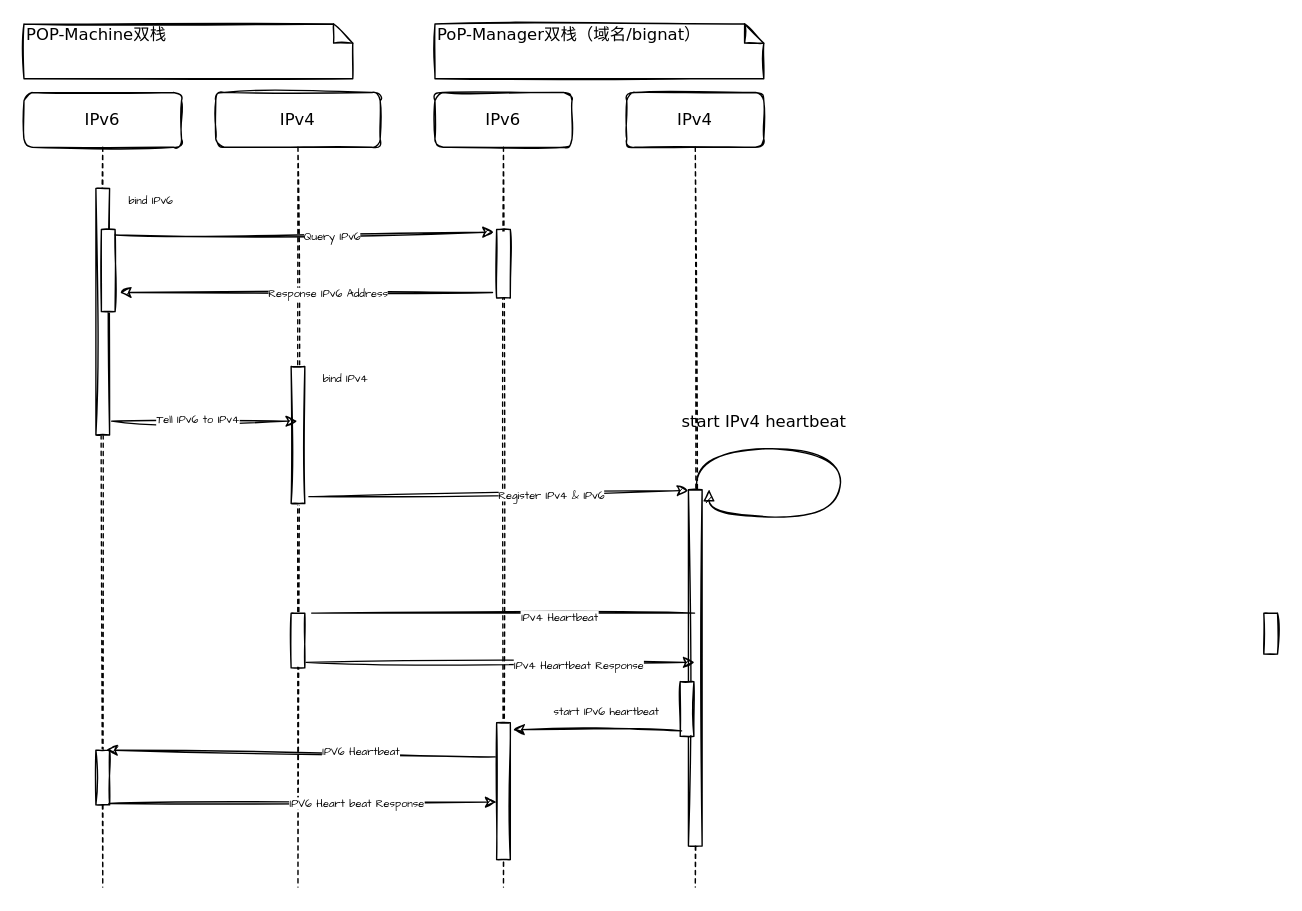
Before: 未命名绘图.drawio in comtjz/CodeFlagment, a draw.io diagram. Source tidied: cells renumbered, new cells numbered last; positions are measured from the earlier drawing's top-left corner, leaving out a move shared by most shapes. Both pictures are drawn from the tidied source at 137%, with x=0, y=0 at pixel (23, 23).
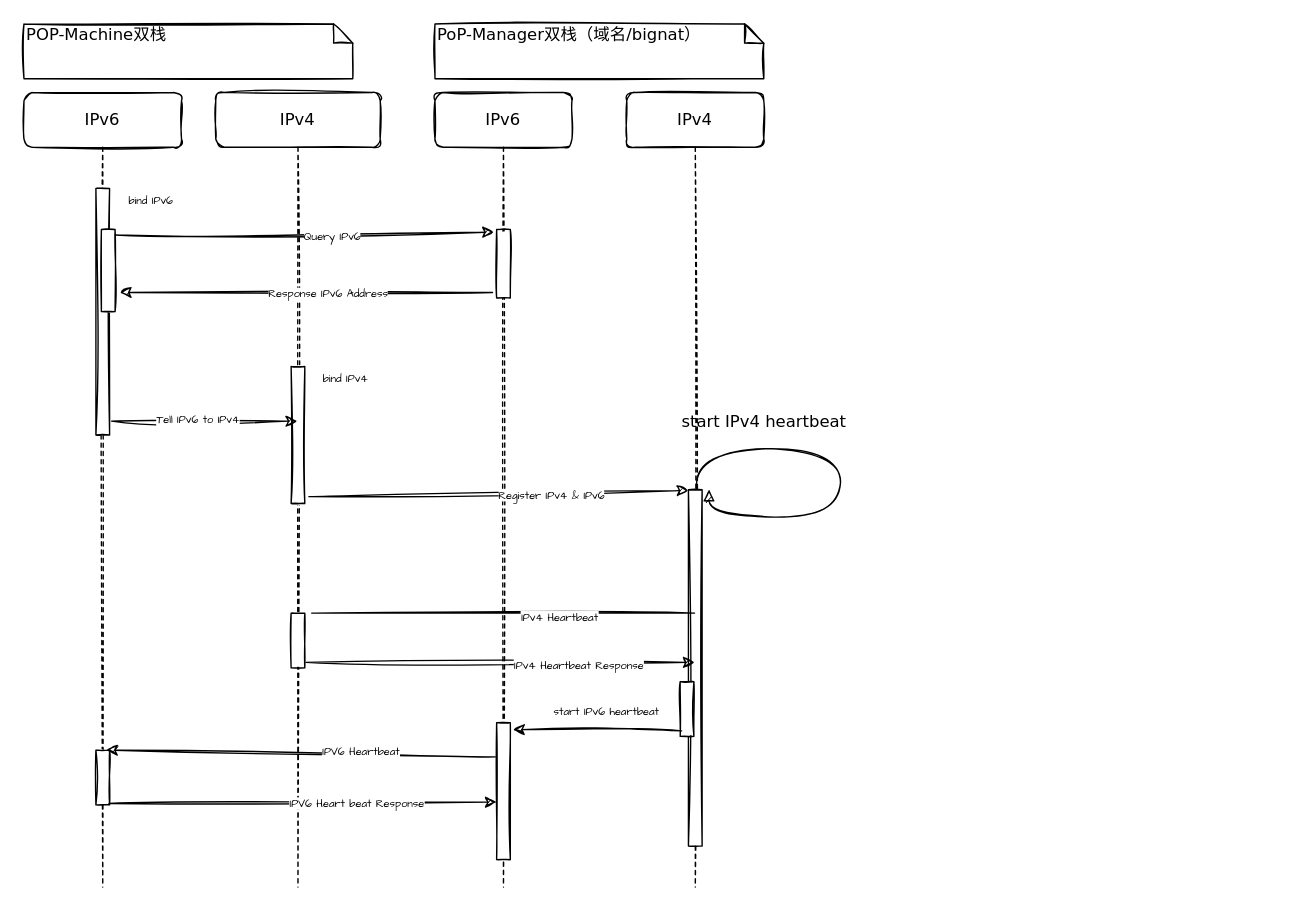
The same page after the edit.

Change to the diagram source:
```diff
@@
-    <mxCell id="17" style="html=1;perimeter=orthogonalPerimeter;rounded=0;shadow=0;comic=0;labelBackgroundColor=none;strokeColor=#000000;strokeWidth=1;fillColor=#FFFFFF;fontFamily=Verdana;fontSize=12;fontColor=#000000;align=center;sketch=1;" parent="1" vertex="1">
-      <mxGeometry x="905" y="430" width="10" height="30" as="geometry" />
-    </mxCell>
```
